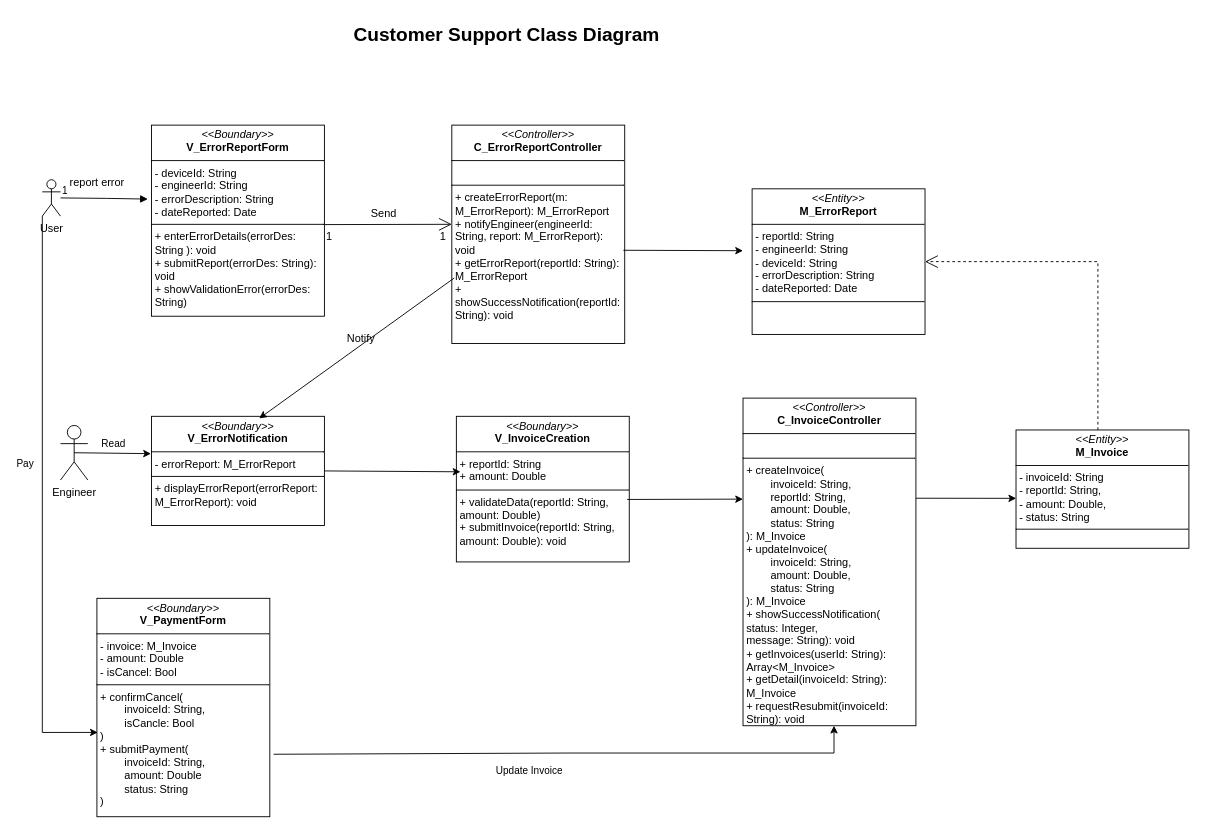
Before: Class diagram/customer_support_class.drawio in cuongceg/BTL-IT3120, a draw.io diagram. Source tidied: cells renumbered, new cells numbered last; positions are measured from the earlier drawing's top-left corner, leaving out a move shared by most shapes. Both pictures are drawn from the tidied source at 91%, with x=0, y=0 at pixel (42, 15).
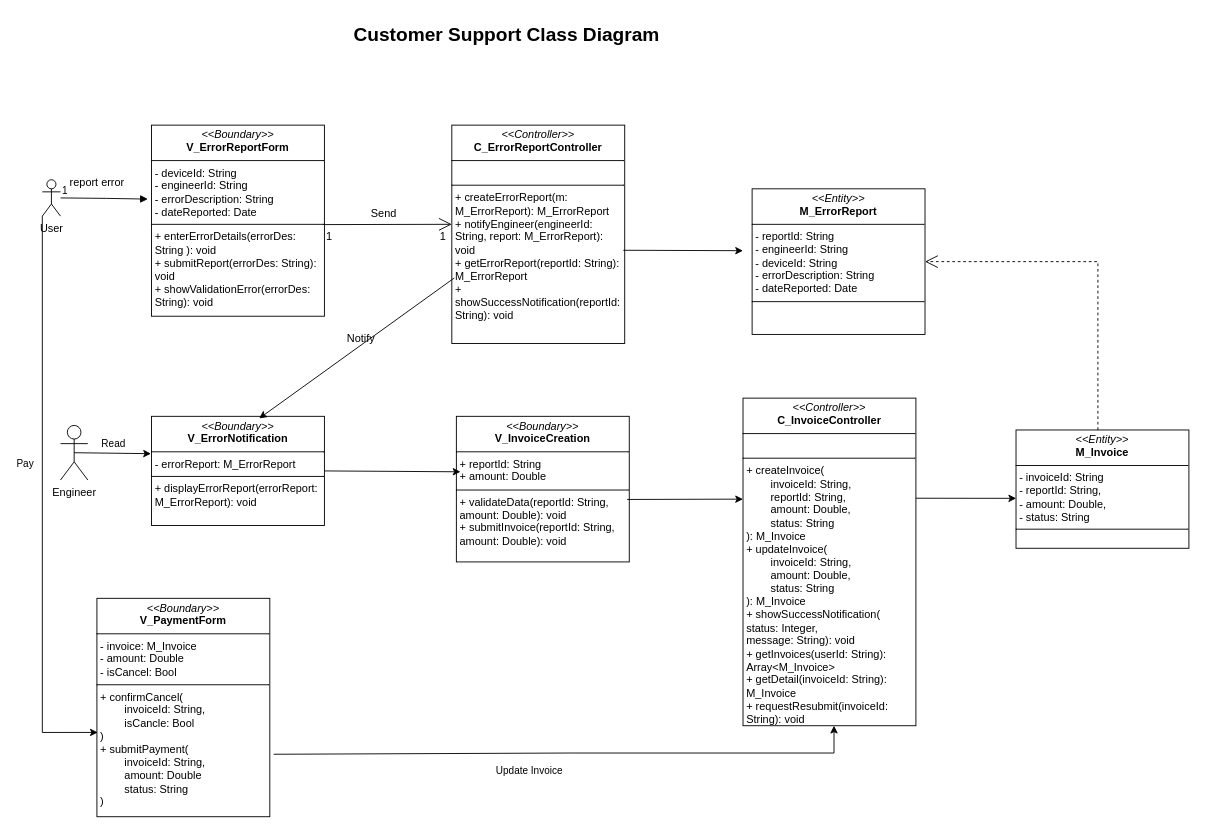
Above is the later version.

Commit message:
fix: Sửa kiểu trả về của phương thức

Diff of the diagram source:
```diff
@@
-    <mxCell id="4" value="&lt;p style=&quot;margin:0px;margin-top:4px;text-align:center;&quot;&gt;&lt;i&gt;&amp;lt;&amp;lt;Boundary&amp;gt;&amp;gt;&lt;/i&gt;&lt;br&gt;&lt;b&gt;V_&lt;/b&gt;&lt;span style=&quot;background-color: transparent; color: light-dark(rgb(0, 0, 0), rgb(255, 255, 255)); text-align: left;&quot;&gt;&lt;b&gt;ErrorReportForm&lt;/b&gt;&lt;/span&gt;&lt;/p&gt;&lt;hr size=&quot;1&quot; style=&quot;border-style:solid;&quot;&gt;&lt;p style=&quot;margin:0px;margin-left:4px;&quot;&gt;&lt;span style=&quot;background-color: transparent; color: light-dark(rgb(0, 0, 0), rgb(255, 255, 255));&quot;&gt;- deviceId: String&lt;/span&gt;&lt;/p&gt;&lt;p style=&quot;margin:0px;margin-left:4px;&quot;&gt;&lt;span style=&quot;background-color: transparent; color: light-dark(rgb(0, 0, 0), rgb(255, 255, 255));&quot;&gt;- engineerId: String&lt;/span&gt;&lt;/p&gt;&lt;p style=&quot;margin:0px;margin-left:4px;&quot;&gt;&lt;span style=&quot;background-color: transparent; color: light-dark(rgb(0, 0, 0), rgb(255, 255, 255));&quot;&gt;- errorDescription: String&lt;/span&gt;&lt;/p&gt;&lt;p style=&quot;margin:0px;margin-left:4px;&quot;&gt;- dateReported: Date&lt;/p&gt;&lt;hr size=&quot;1&quot; style=&quot;border-style:solid;&quot;&gt;&lt;p style=&quot;margin:0px;margin-left:4px;&quot;&gt;+ enterErrorDetails(errorDes: String ): void&lt;br&gt;+ submitReport(errorDes: String): void&lt;/p&gt;&lt;p style=&quot;margin:0px;margin-left:4px;&quot;&gt;+ showValidationError(errorDes: String)&lt;/p&gt;" style="verticalAlign=top;align=left;overflow=fill;html=1;whiteSpace=wrap;" parent="1" vertex="1">
+    <mxCell id="4" value="&lt;p style=&quot;margin:0px;margin-top:4px;text-align:center;&quot;&gt;&lt;i&gt;&amp;lt;&amp;lt;Boundary&amp;gt;&amp;gt;&lt;/i&gt;&lt;br&gt;&lt;b&gt;V_&lt;/b&gt;&lt;span style=&quot;background-color: transparent; color: light-dark(rgb(0, 0, 0), rgb(255, 255, 255)); text-align: left;&quot;&gt;&lt;b&gt;ErrorReportForm&lt;/b&gt;&lt;/span&gt;&lt;/p&gt;&lt;hr size=&quot;1&quot; style=&quot;border-style:solid;&quot;&gt;&lt;p style=&quot;margin:0px;margin-left:4px;&quot;&gt;&lt;span style=&quot;background-color: transparent; color: light-dark(rgb(0, 0, 0), rgb(255, 255, 255));&quot;&gt;- deviceId: String&lt;/span&gt;&lt;/p&gt;&lt;p style=&quot;margin:0px;margin-left:4px;&quot;&gt;&lt;span style=&quot;background-color: transparent; color: light-dark(rgb(0, 0, 0), rgb(255, 255, 255));&quot;&gt;- engineerId: String&lt;/span&gt;&lt;/p&gt;&lt;p style=&quot;margin:0px;margin-left:4px;&quot;&gt;&lt;span style=&quot;background-color: transparent; color: light-dark(rgb(0, 0, 0), rgb(255, 255, 255));&quot;&gt;- errorDescription: String&lt;/span&gt;&lt;/p&gt;&lt;p style=&quot;margin:0px;margin-left:4px;&quot;&gt;- dateReported: Date&lt;/p&gt;&lt;hr size=&quot;1&quot; style=&quot;border-style:solid;&quot;&gt;&lt;p style=&quot;margin:0px;margin-left:4px;&quot;&gt;+ enterErrorDetails(errorDes: String ): void&lt;br&gt;+ submitReport(errorDes: String): void&lt;/p&gt;&lt;p style=&quot;margin:0px;margin-left:4px;&quot;&gt;+ showValidationError(errorDes: String): void&lt;/p&gt;" style="verticalAlign=top;align=left;overflow=fill;html=1;whiteSpace=wrap;" parent="1" vertex="1">
       <mxGeometry x="120" y="120" width="190" height="210" as="geometry" />
     </mxCell>
@@
-    <mxCell id="8" value="&lt;p style=&quot;margin:0px;margin-top:4px;text-align:center;&quot;&gt;&lt;i&gt;&amp;lt;&amp;lt;Boundary&amp;gt;&amp;gt;&lt;/i&gt;&lt;br&gt;&lt;b&gt;V_InvoiceCreation&lt;/b&gt;&lt;/p&gt;&lt;hr size=&quot;1&quot; style=&quot;border-style:solid;&quot;&gt;&lt;p style=&quot;margin:0px;margin-left:4px;&quot;&gt;+ reportId: String&lt;/p&gt;&lt;p style=&quot;margin:0px;margin-left:4px;&quot;&gt;+ amount: Double&lt;/p&gt;&lt;hr size=&quot;1&quot; style=&quot;border-style:solid;&quot;&gt;&lt;p style=&quot;margin:0px;margin-left:4px;&quot;&gt;+ validateData(reportId: String, amount: Double)&lt;/p&gt;&lt;p style=&quot;margin:0px;margin-left:4px;&quot;&gt;+ submitInvoice(reportId: String, amount: Double): void&lt;/p&gt;" style="verticalAlign=top;align=left;overflow=fill;html=1;whiteSpace=wrap;" parent="1" vertex="1">
+    <mxCell id="8" value="&lt;p style=&quot;margin:0px;margin-top:4px;text-align:center;&quot;&gt;&lt;i&gt;&amp;lt;&amp;lt;Boundary&amp;gt;&amp;gt;&lt;/i&gt;&lt;br&gt;&lt;b&gt;V_InvoiceCreation&lt;/b&gt;&lt;/p&gt;&lt;hr size=&quot;1&quot; style=&quot;border-style:solid;&quot;&gt;&lt;p style=&quot;margin:0px;margin-left:4px;&quot;&gt;+ reportId: String&lt;/p&gt;&lt;p style=&quot;margin:0px;margin-left:4px;&quot;&gt;+ amount: Double&lt;/p&gt;&lt;hr size=&quot;1&quot; style=&quot;border-style:solid;&quot;&gt;&lt;p style=&quot;margin:0px;margin-left:4px;&quot;&gt;+ validateData(reportId: String, amount: Double): void&lt;/p&gt;&lt;p style=&quot;margin:0px;margin-left:4px;&quot;&gt;+ submitInvoice(reportId: String, amount: Double): void&lt;/p&gt;" style="verticalAlign=top;align=left;overflow=fill;html=1;whiteSpace=wrap;" parent="1" vertex="1">
       <mxGeometry x="455" y="440" width="190" height="160" as="geometry" />
     </mxCell>
```
